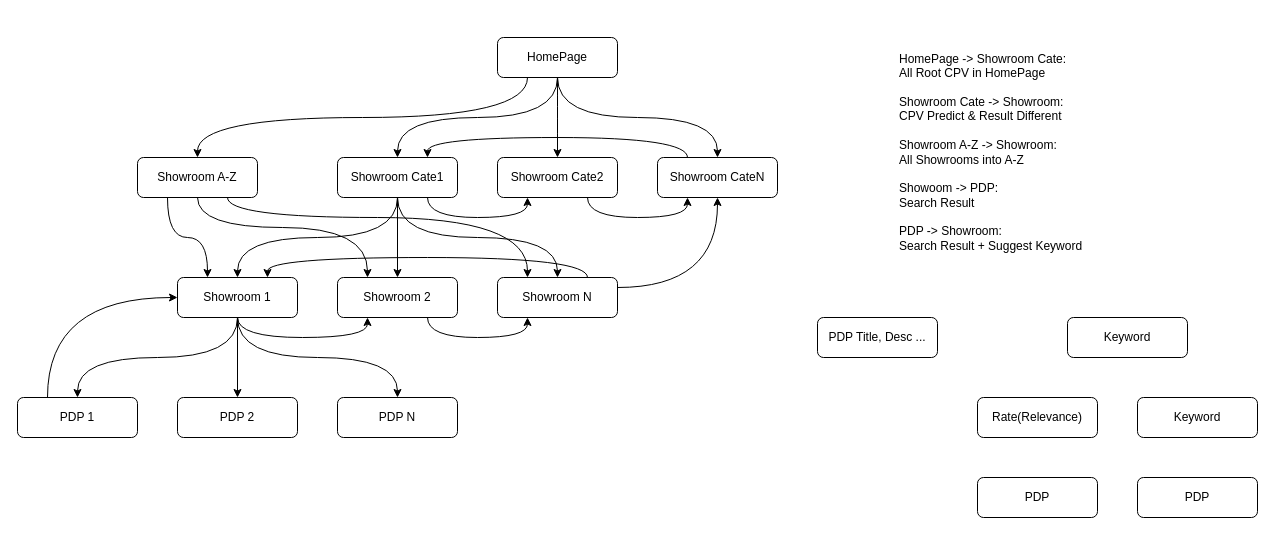
Earlier version of the draw.io diagram drawio/showroom_structure.drawio (VisableHarry/seo-drawio). Source tidied: cells renumbered, new cells numbered last; positions are measured from the earlier drawing's top-left corner, leaving out a move shared by most shapes. Both pictures are drawn from the tidied source at 100%, with x=0, y=0 at pixel (17, 17).
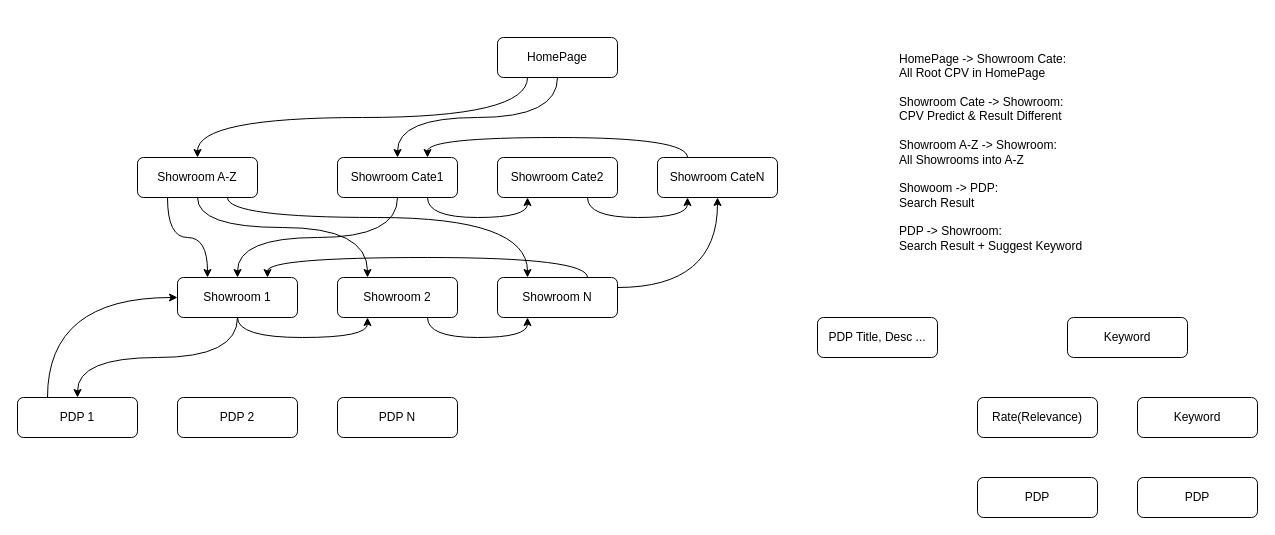
Above is the later version.

The change refers to these unchanged cells:
```xml
<mxCell id="6" value="HomePage" style="rounded=1;whiteSpace=wrap;html=1;" parent="1" vertex="1">
  <mxGeometry x="480" y="20" width="120" height="40" as="geometry" />
</mxCell>
<mxCell id="11" value="Showroom 1" style="rounded=1;whiteSpace=wrap;html=1;" parent="1" vertex="1">
  <mxGeometry x="160" y="260" width="120" height="40" as="geometry" />
</mxCell>
<mxCell id="13" value="Showroom 2" style="rounded=1;whiteSpace=wrap;html=1;" parent="1" vertex="1">
  <mxGeometry x="320" y="260" width="120" height="40" as="geometry" />
</mxCell>
<mxCell id="16" value="Showroom N" style="rounded=1;whiteSpace=wrap;html=1;" parent="1" vertex="1">
  <mxGeometry x="480" y="260" width="120" height="40" as="geometry" />
</mxCell>
<mxCell id="21" value="Showroom Cate1" style="rounded=1;whiteSpace=wrap;html=1;" parent="1" vertex="1">
  <mxGeometry x="320" y="140" width="120" height="40" as="geometry" />
</mxCell>
<mxCell id="23" value="Showroom Cate2" style="rounded=1;whiteSpace=wrap;html=1;" parent="1" vertex="1">
  <mxGeometry x="480" y="140" width="120" height="40" as="geometry" />
</mxCell>
<mxCell id="25" value="Showroom CateN" style="rounded=1;whiteSpace=wrap;html=1;" parent="1" vertex="1">
  <mxGeometry x="640" y="140" width="120" height="40" as="geometry" />
</mxCell>
<mxCell id="28" value="PDP 2" style="rounded=1;whiteSpace=wrap;html=1;" parent="1" vertex="1">
  <mxGeometry x="160" y="380" width="120" height="40" as="geometry" />
</mxCell>
<mxCell id="29" value="PDP N" style="rounded=1;whiteSpace=wrap;html=1;" parent="1" vertex="1">
  <mxGeometry x="320" y="380" width="120" height="40" as="geometry" />
</mxCell>
```

Change to the diagram source:
```diff
@@
-    <mxCell id="2" style="edgeStyle=orthogonalEdgeStyle;rounded=0;jettySize=auto;html=1;exitX=0.5;exitY=1;exitDx=0;exitDy=0;curved=1;" parent="1" edge="1" source="6" target="23">
-      <mxGeometry relative="1" as="geometry" />
-    </mxCell>
@@
-    <mxCell id="4" style="edgeStyle=orthogonalEdgeStyle;rounded=0;jettySize=auto;html=1;exitX=0.5;exitY=1;exitDx=0;exitDy=0;entryX=0.5;entryY=0;entryDx=0;entryDy=0;curved=1;" parent="1" edge="1" source="6" target="25">
-      <mxGeometry relative="1" as="geometry" />
-    </mxCell>
@@
-    <mxCell id="7" style="edgeStyle=orthogonalEdgeStyle;rounded=0;jettySize=auto;html=1;exitX=0.5;exitY=1;exitDx=0;exitDy=0;entryX=0.5;entryY=0;entryDx=0;entryDy=0;" parent="1" edge="1" source="11" target="28">
-      <mxGeometry relative="1" as="geometry" />
-    </mxCell>
@@
-    <mxCell id="9" style="edgeStyle=orthogonalEdgeStyle;rounded=0;jettySize=auto;html=1;exitX=0.5;exitY=1;exitDx=0;exitDy=0;entryX=0.5;entryY=0;entryDx=0;entryDy=0;curved=1;" parent="1" edge="1" source="11" target="29">
-      <mxGeometry relative="1" as="geometry" />
-    </mxCell>
@@
-    <mxCell id="17" style="edgeStyle=orthogonalEdgeStyle;rounded=0;jettySize=auto;html=1;exitX=0.5;exitY=1;exitDx=0;exitDy=0;" parent="1" edge="1" source="21" target="13">
-      <mxGeometry relative="1" as="geometry" />
-    </mxCell>
@@
-    <mxCell id="19" style="edgeStyle=orthogonalEdgeStyle;rounded=0;jettySize=auto;html=1;exitX=0.5;exitY=1;exitDx=0;exitDy=0;entryX=0.5;entryY=0;entryDx=0;entryDy=0;curved=1;" parent="1" edge="1" source="21" target="16">
-      <mxGeometry relative="1" as="geometry" />
-    </mxCell>
```
